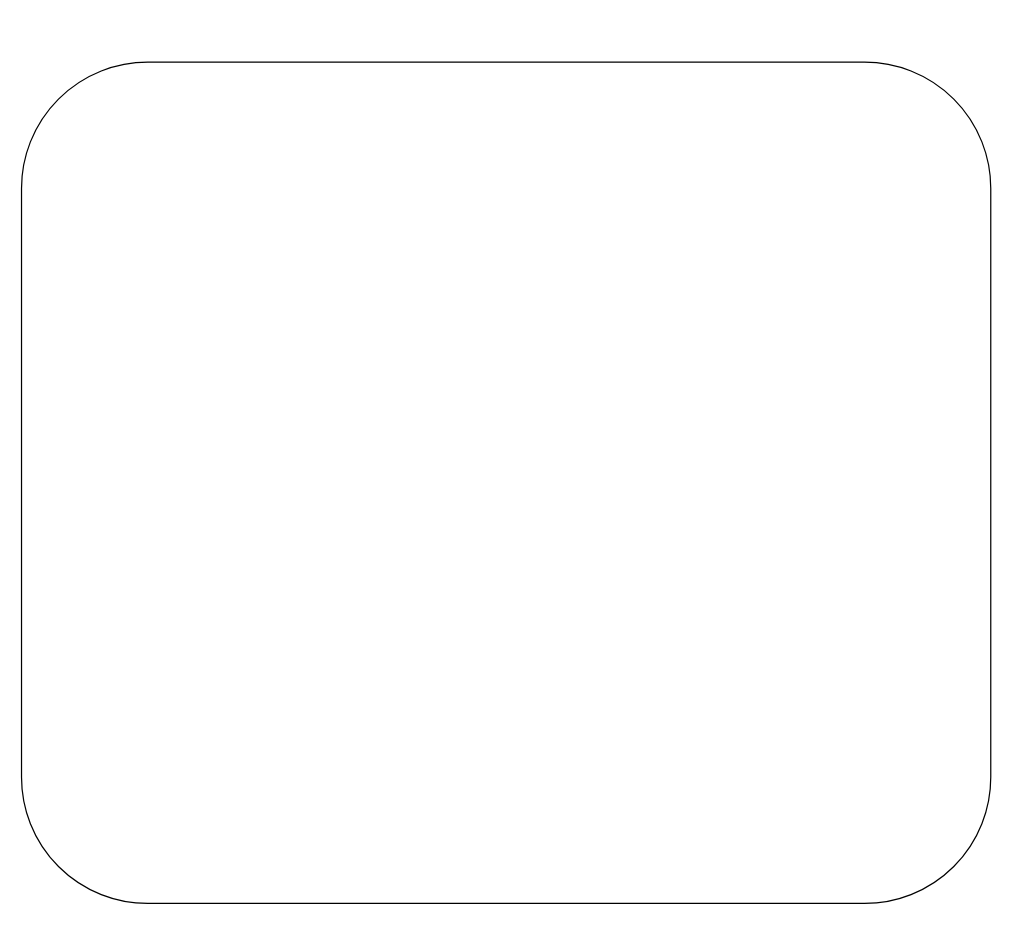
Earlier version of the draw.io diagram AWS Infrastructute.drawio (ShantanuParanjpe/k8s-deploy). Source tidied: cells renumbered, new cells numbered last; positions are measured from the earlier drawing's top-left corner, leaving out a move shared by most shapes. Both pictures are drawn from the tidied source at 123%, with x=0, y=0 at pixel (21, 62).
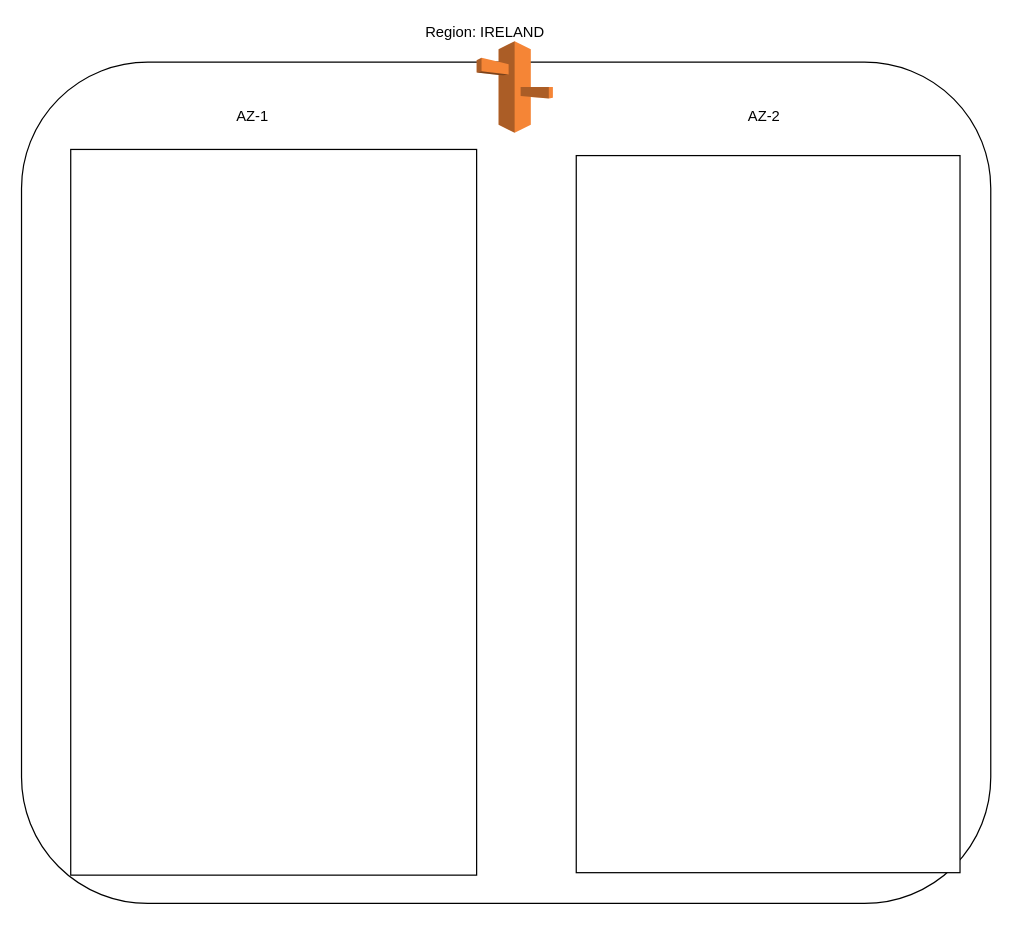
The same page after the edit.

Change to the diagram source:
```diff
@@
 <mxGraphModel>
   <root>
     <mxCell id="0" />
     <mxCell id="1" parent="0" />
     <mxCell id="2" style="rounded=1;whiteSpace=wrap;html=1;" parent="1" vertex="1">
       <mxGeometry width="788" height="684" as="geometry" />
     </mxCell>
+    <mxCell id="3" value="Region: IRELAND" style="text;html=1;strokeColor=none;fillColor=none;align=center;verticalAlign=middle;whiteSpace=wrap;rounded=0;" parent="1" vertex="1">
+      <mxGeometry x="312" y="-33" width="130" height="18" as="geometry" />
+    </mxCell>
+    <mxCell id="4" style="rounded=0;whiteSpace=wrap;html=1;" parent="1" vertex="1">
+      <mxGeometry x="40" y="71" width="330" height="590" as="geometry" />
+    </mxCell>
+    <mxCell id="5" style="rounded=0;whiteSpace=wrap;html=1;" parent="1" vertex="1">
+      <mxGeometry x="451" y="76" width="312" height="583" as="geometry" />
+    </mxCell>
+    <mxCell id="6" style="dashed=0;verticalLabelPosition=bottom;verticalAlign=top;align=center;html=1;shape=mxgraph.aws3.route_53;fillColor=#F58536;gradientColor=none;" parent="1" vertex="1">
+      <mxGeometry x="370" y="-17" width="62" height="74.5" as="geometry" />
+    </mxCell>
+    <mxCell id="7" value="AZ-1" style="text;html=1;strokeColor=none;fillColor=none;align=center;verticalAlign=middle;whiteSpace=wrap;rounded=0;" parent="1" vertex="1">
+      <mxGeometry x="168" y="34" width="40" height="20" as="geometry" />
+    </mxCell>
+    <mxCell id="8" value="AZ-2" style="text;html=1;strokeColor=none;fillColor=none;align=center;verticalAlign=middle;whiteSpace=wrap;rounded=0;" parent="1" vertex="1">
+      <mxGeometry x="584" y="34" width="40" height="20" as="geometry" />
+    </mxCell>
   </root>
 </mxGraphModel>
```
